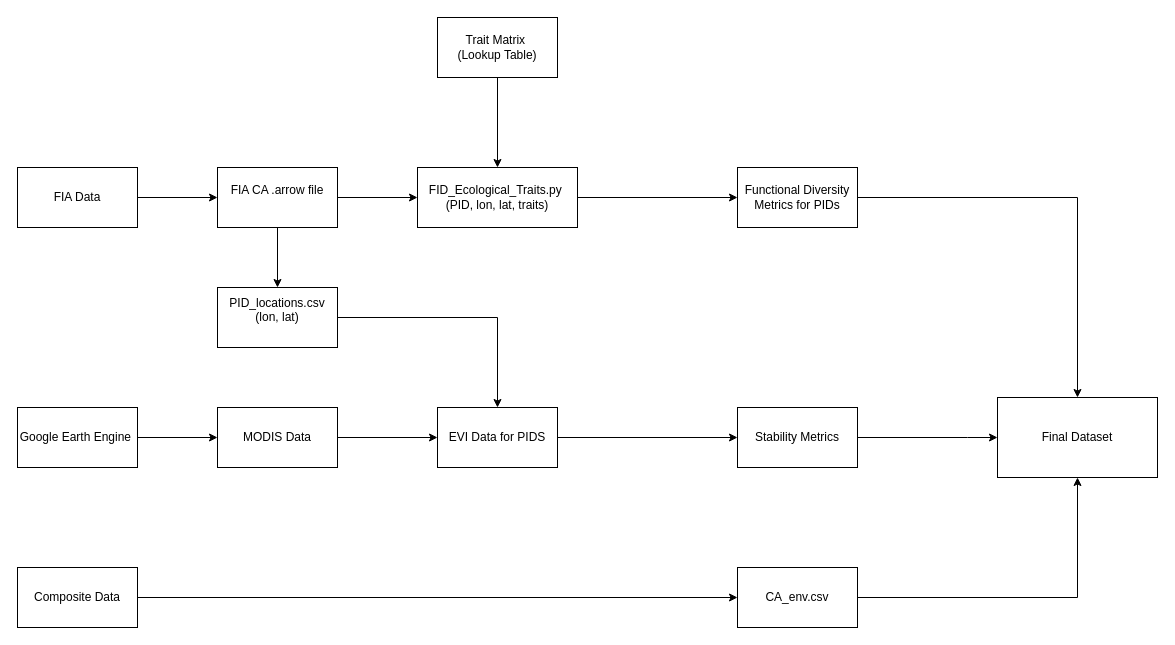
Earlier version of the draw.io diagram visualisations/DataFlow.drawio (qiulinlx/FD_Stability). Source tidied: cells renumbered, new cells numbered last; positions are measured from the earlier drawing's top-left corner, leaving out a move shared by most shapes. Both pictures are drawn from the tidied source at 100%, with x=0, y=0 at pixel (17, 17).
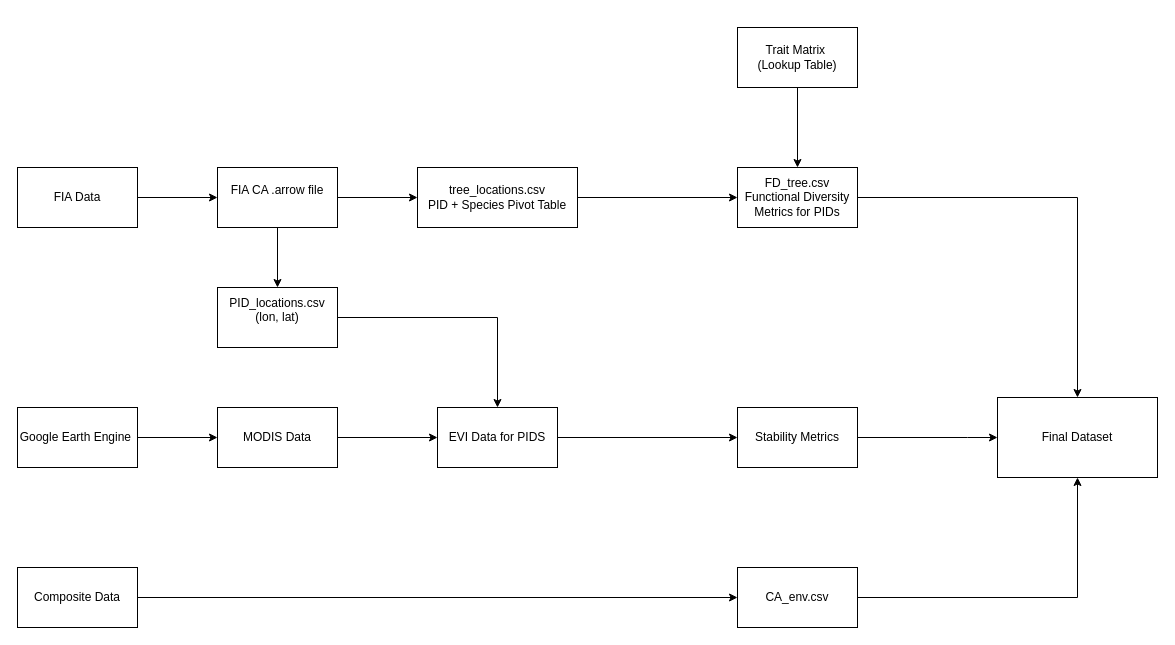
The same page after the edit.

The edit, as a diff of the source:
```diff
@@
-    <mxCell id="7" style="edgeStyle=orthogonalEdgeStyle;rounded=0;jettySize=auto;html=1;" parent="1" edge="1" source="8" target="14">
-      <mxGeometry relative="1" as="geometry" />
-    </mxCell>
+    <mxCell id="29" style="edgeStyle=orthogonalEdgeStyle;rounded=0;jettySize=auto;html=1;entryX=0.5;entryY=0;entryDx=0;entryDy=0;" parent="1" edge="1" source="8" target="23">
+      <mxGeometry relative="1" as="geometry" />
+    </mxCell>
     <mxCell id="8" value="&lt;div&gt;Trait Matrix&amp;nbsp;&lt;/div&gt;&lt;div&gt;(Lookup Table)&lt;/div&gt;" style="rounded=0;whiteSpace=wrap;html=1;" parent="1" vertex="1">
-      <mxGeometry x="420" width="120" height="60" as="geometry" />
+      <mxGeometry x="720" y="10" width="120" height="60" as="geometry" />
     </mxCell>
@@
-    <mxCell id="14" value="FID_Ecological_Traits.py&amp;nbsp;&lt;br&gt;(PID, lon, lat, traits)" style="whiteSpace=wrap;html=1;rounded=0;" parent="1" vertex="1">
+    <mxCell id="14" value="&lt;div&gt;tree_locations.csv&lt;/div&gt;&lt;div&gt;PID + Species Pivot Table&lt;/div&gt;" style="whiteSpace=wrap;html=1;rounded=0;" parent="1" vertex="1">
       <mxGeometry x="400" y="150" width="160" height="60" as="geometry" />
     </mxCell>
@@
-    <mxCell id="23" value="&lt;div&gt;Functional Diversity Metrics for PIDs&lt;/div&gt;" style="whiteSpace=wrap;html=1;rounded=0;" parent="1" vertex="1">
+    <mxCell id="23" value="&lt;div&gt;FD_tree.csv&lt;/div&gt;&lt;div&gt;Functional Diversity Metrics for PIDs&lt;/div&gt;" style="whiteSpace=wrap;html=1;rounded=0;" parent="1" vertex="1">
       <mxGeometry x="720" y="150" width="120" height="60" as="geometry" />
     </mxCell>
```
